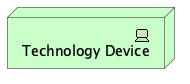
Above: doc/elements/technology-device.plantuml.png in SixArm/archimate-examples (PlantUML), before the change. Source of this version:
```plantuml
@startuml
!include <archimate/Archimate>
Technology_Device(TD_01, "Technology Device")
@enduml
```
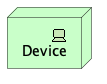
The same file after the commit.

Diff of the diagram source:
```diff
@@ -1,4 +1,4 @@
 @startuml
 !include <archimate/Archimate>
-Technology_Device(TD_01, "Technology Device")
+Technology_Device(Device, "Device")
 @enduml
```
